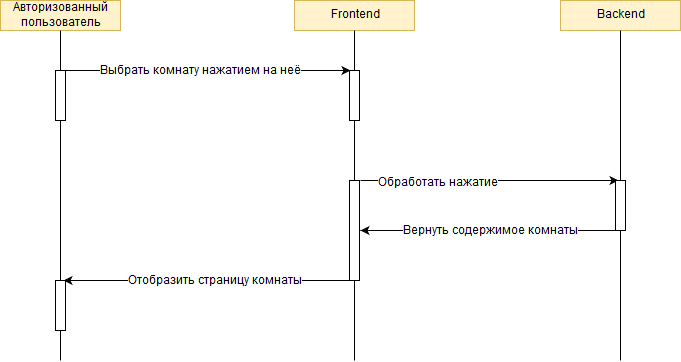
Earlier version of the draw.io export Diagram/Sequence/Selectroom.png (EvgeniiAleinikov/TRiTPO). Source tidied: cells renumbered, new cells last; positions are measured from the earlier drawing's top-left corner, leaving out a move shared by most shapes. Source of this version:
```xml
<mxGraphModel background="#ffffff">
  <root>
    <mxCell id="0" />
    <mxCell id="1" parent="0" />
    <mxCell id="2" value="Авторизованный&lt;br&gt;пользователь" style="rounded=0;whiteSpace=wrap;html=1;fillColor=#fff2cc;strokeColor=#d6b656;" parent="1" vertex="1">
      <mxGeometry width="120" height="30" as="geometry" />
    </mxCell>
    <mxCell id="3" value="Frontend" style="rounded=0;whiteSpace=wrap;html=1;fillColor=#fff2cc;strokeColor=#d6b656;" parent="1" vertex="1">
      <mxGeometry x="294" width="120" height="30" as="geometry" />
    </mxCell>
    <mxCell id="4" value="Backend" style="rounded=0;whiteSpace=wrap;html=1;fillColor=#fff2cc;strokeColor=#d6b656;" parent="1" vertex="1">
      <mxGeometry x="560" width="120" height="30" as="geometry" />
    </mxCell>
    <mxCell id="5" style="endArrow=none;html=1;entryX=0.5;entryY=1;" parent="1" edge="1" source="8" target="2">
      <mxGeometry relative="1" as="geometry" />
    </mxCell>
    <mxCell id="6" style="endArrow=none;html=1;entryX=0.5;entryY=1;" parent="1" edge="1" source="12">
      <mxGeometry relative="1" as="geometry">
        <mxPoint x="354" y="30" as="targetPoint" />
      </mxGeometry>
    </mxCell>
    <mxCell id="7" style="endArrow=none;html=1;entryX=0.5;entryY=1;" parent="1" edge="1" source="16">
      <mxGeometry relative="1" as="geometry">
        <mxPoint x="620" y="30" as="targetPoint" />
      </mxGeometry>
    </mxCell>
    <mxCell id="8" style="rounded=0;whiteSpace=wrap;html=1;" parent="1" vertex="1">
      <mxGeometry x="55" y="70" width="10" height="50" as="geometry" />
    </mxCell>
    <mxCell id="9" style="endArrow=none;html=1;entryX=0.5;entryY=1;" parent="1" edge="1" source="22" target="8">
      <mxGeometry relative="1" as="geometry" />
    </mxCell>
    <mxCell id="10" style="endArrow=classic;html=1;exitX=0.5;exitY=0;" parent="1" edge="1" source="8">
      <mxGeometry relative="1" as="geometry">
        <mxPoint x="350" y="70" as="targetPoint" />
      </mxGeometry>
    </mxCell>
    <mxCell id="11" value="Выбрать комнату нажатием на неё" style="text;html=1;align=center;verticalAlign=middle;labelBackgroundColor=#ffffff;direction=south;" parent="10" vertex="1">
      <mxGeometry x="-0.34" y="1" relative="1" as="geometry">
        <mxPoint x="45" y="1" as="offset" />
      </mxGeometry>
    </mxCell>
    <mxCell id="12" style="rounded=0;whiteSpace=wrap;html=1;" parent="1" vertex="1">
      <mxGeometry x="349" y="70" width="10" height="50" as="geometry" />
    </mxCell>
    <mxCell id="13" style="endArrow=none;html=1;entryX=0.5;entryY=1;" parent="1" edge="1" source="20" target="12">
      <mxGeometry relative="1" as="geometry" />
    </mxCell>
    <mxCell id="14" style="endArrow=classic;html=1;entryX=0.25;entryY=0;" parent="1" edge="1" target="16">
      <mxGeometry relative="1" as="geometry">
        <mxPoint x="360" y="180" as="sourcePoint" />
      </mxGeometry>
    </mxCell>
    <mxCell id="15" value="Обработать нажатие" style="text;html=1;align=center;verticalAlign=middle;labelBackgroundColor=#ffffff;" parent="14" vertex="1">
      <mxGeometry x="-0.4" y="-2" relative="1" as="geometry" />
    </mxCell>
    <mxCell id="16" style="rounded=0;whiteSpace=wrap;html=1;" parent="1" vertex="1">
      <mxGeometry x="615" y="180" width="10" height="50" as="geometry" />
    </mxCell>
    <mxCell id="17" style="endArrow=none;html=1;entryX=0.5;entryY=1;" parent="1" edge="1" target="16">
      <mxGeometry relative="1" as="geometry">
        <mxPoint x="620" y="360" as="sourcePoint" />
      </mxGeometry>
    </mxCell>
    <mxCell id="18" style="endArrow=classic;html=1;exitX=0.5;exitY=1;" parent="1" edge="1" source="16">
      <mxGeometry relative="1" as="geometry">
        <mxPoint x="360" y="230" as="targetPoint" />
      </mxGeometry>
    </mxCell>
    <mxCell id="19" value="Вернуть содержимое комнаты" style="text;html=1;align=center;verticalAlign=middle;labelBackgroundColor=#ffffff;" parent="18" vertex="1">
      <mxGeometry x="-0.16" y="2" relative="1" as="geometry">
        <mxPoint x="-21" y="-2" as="offset" />
      </mxGeometry>
    </mxCell>
    <mxCell id="20" style="rounded=0;whiteSpace=wrap;html=1;" parent="1" vertex="1">
      <mxGeometry x="349" y="180" width="10" height="100" as="geometry" />
    </mxCell>
    <mxCell id="21" style="endArrow=none;html=1;entryX=0.5;entryY=1;" parent="1" edge="1" target="20">
      <mxGeometry relative="1" as="geometry">
        <mxPoint x="354" y="360" as="sourcePoint" />
      </mxGeometry>
    </mxCell>
    <mxCell id="22" style="rounded=0;whiteSpace=wrap;html=1;" parent="1" vertex="1">
      <mxGeometry x="55" y="280" width="10" height="50" as="geometry" />
    </mxCell>
    <mxCell id="23" style="endArrow=none;html=1;entryX=0.5;entryY=1;" parent="1" edge="1" target="22">
      <mxGeometry relative="1" as="geometry">
        <mxPoint x="60" y="360" as="sourcePoint" />
      </mxGeometry>
    </mxCell>
    <mxCell id="24" style="endArrow=classic;html=1;exitX=0.5;exitY=1;entryX=0.75;entryY=0;" parent="1" edge="1" target="22">
      <mxGeometry relative="1" as="geometry">
        <mxPoint x="359" y="280" as="sourcePoint" />
      </mxGeometry>
    </mxCell>
    <mxCell id="25" value="Отобразить страницу комнаты" style="text;html=1;align=center;verticalAlign=middle;labelBackgroundColor=#ffffff;" parent="24" vertex="1">
      <mxGeometry x="-0.16" y="2" relative="1" as="geometry">
        <mxPoint x="-21" y="-2" as="offset" />
      </mxGeometry>
    </mxCell>
  </root>
</mxGraphModel>
```
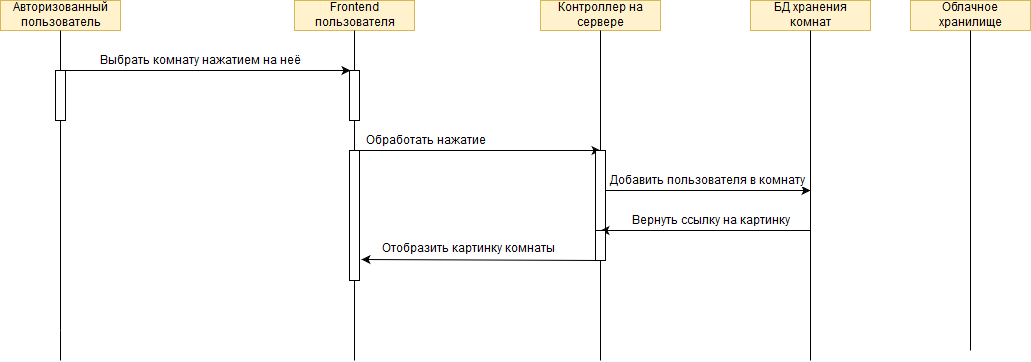
After the commit.

Change to the diagram source:
```diff
@@ -5,11 +5,11 @@
     <mxCell id="2" value="Авторизованный&lt;br&gt;пользователь" style="rounded=0;whiteSpace=wrap;html=1;fillColor=#fff2cc;strokeColor=#d6b656;" parent="1" vertex="1">
       <mxGeometry width="120" height="30" as="geometry" />
     </mxCell>
-    <mxCell id="3" value="Frontend" style="rounded=0;whiteSpace=wrap;html=1;fillColor=#fff2cc;strokeColor=#d6b656;" parent="1" vertex="1">
+    <mxCell id="3" value="Frontend&lt;br&gt;пользователя" style="rounded=0;whiteSpace=wrap;html=1;fillColor=#fff2cc;strokeColor=#d6b656;" parent="1" vertex="1">
       <mxGeometry x="294" width="120" height="30" as="geometry" />
     </mxCell>
-    <mxCell id="4" value="Backend" style="rounded=0;whiteSpace=wrap;html=1;fillColor=#fff2cc;strokeColor=#d6b656;" parent="1" vertex="1">
-      <mxGeometry x="560" width="120" height="30" as="geometry" />
+    <mxCell id="4" value="Контроллер на&lt;br&gt;сервере" style="rounded=0;whiteSpace=wrap;html=1;fillColor=#fff2cc;strokeColor=#d6b656;" parent="1" vertex="1">
+      <mxGeometry x="540" width="120" height="30" as="geometry" />
     </mxCell>
     <mxCell id="5" style="endArrow=none;html=1;entryX=0.5;entryY=1;" parent="1" edge="1" source="8" target="2">
       <mxGeometry relative="1" as="geometry" />
@@ -21,14 +21,16 @@
     </mxCell>
     <mxCell id="7" style="endArrow=none;html=1;entryX=0.5;entryY=1;" parent="1" edge="1" source="16">
       <mxGeometry relative="1" as="geometry">
-        <mxPoint x="620" y="30" as="targetPoint" />
+        <mxPoint x="600" y="30" as="targetPoint" />
       </mxGeometry>
     </mxCell>
     <mxCell id="8" style="rounded=0;whiteSpace=wrap;html=1;" parent="1" vertex="1">
       <mxGeometry x="55" y="70" width="10" height="50" as="geometry" />
     </mxCell>
-    <mxCell id="9" style="endArrow=none;html=1;entryX=0.5;entryY=1;" parent="1" edge="1" source="22" target="8">
-      <mxGeometry relative="1" as="geometry" />
+    <mxCell id="9" style="endArrow=none;html=1;entryX=0.5;entryY=1;" parent="1" edge="1" target="8">
+      <mxGeometry relative="1" as="geometry">
+        <mxPoint x="60" y="330" as="sourcePoint" />
+      </mxGeometry>
     </mxCell>
     <mxCell id="10" style="endArrow=classic;html=1;exitX=0.5;exitY=0;" parent="1" edge="1" source="8">
       <mxGeometry relative="1" as="geometry">
@@ -37,7 +39,7 @@
     </mxCell>
     <mxCell id="11" value="Выбрать комнату нажатием на неё" style="text;html=1;align=center;verticalAlign=middle;labelBackgroundColor=#ffffff;direction=south;" parent="10" vertex="1">
       <mxGeometry x="-0.34" y="1" relative="1" as="geometry">
-        <mxPoint x="45" y="1" as="offset" />
+        <mxPoint x="45" y="-9" as="offset" />
       </mxGeometry>
     </mxCell>
     <mxCell id="12" style="rounded=0;whiteSpace=wrap;html=1;" parent="1" vertex="1">
@@ -46,57 +48,91 @@
     <mxCell id="13" style="endArrow=none;html=1;entryX=0.5;entryY=1;" parent="1" edge="1" source="20" target="12">
       <mxGeometry relative="1" as="geometry" />
     </mxCell>
-    <mxCell id="14" style="endArrow=classic;html=1;entryX=0.25;entryY=0;" parent="1" edge="1" target="16">
+    <mxCell id="14" style="endArrow=classic;html=1;entryX=0.25;entryY=0;exitX=0.25;exitY=0;" parent="1" edge="1" source="20">
       <mxGeometry relative="1" as="geometry">
-        <mxPoint x="360" y="180" as="sourcePoint" />
+        <mxPoint x="600" y="150" as="targetPoint" />
       </mxGeometry>
     </mxCell>
     <mxCell id="15" value="Обработать нажатие" style="text;html=1;align=center;verticalAlign=middle;labelBackgroundColor=#ffffff;" parent="14" vertex="1">
-      <mxGeometry x="-0.4" y="-2" relative="1" as="geometry" />
+      <mxGeometry x="-0.4" y="-2" relative="1" as="geometry">
+        <mxPoint x="-1" y="-12" as="offset" />
+      </mxGeometry>
     </mxCell>
     <mxCell id="16" style="rounded=0;whiteSpace=wrap;html=1;" parent="1" vertex="1">
-      <mxGeometry x="615" y="180" width="10" height="50" as="geometry" />
+      <mxGeometry x="595" y="150" width="10" height="80" as="geometry" />
     </mxCell>
-    <mxCell id="17" style="endArrow=none;html=1;entryX=0.5;entryY=1;" parent="1" edge="1" target="16">
-      <mxGeometry relative="1" as="geometry">
-        <mxPoint x="620" y="360" as="sourcePoint" />
-      </mxGeometry>
+    <mxCell id="17" style="endArrow=none;html=1;entryX=0.5;entryY=1;" parent="1" edge="1" source="34" target="16">
+      <mxGeometry relative="1" as="geometry" />
     </mxCell>
-    <mxCell id="18" style="endArrow=classic;html=1;exitX=0.5;exitY=1;" parent="1" edge="1" source="16">
-      <mxGeometry relative="1" as="geometry">
-        <mxPoint x="360" y="230" as="targetPoint" />
-      </mxGeometry>
-    </mxCell>
-    <mxCell id="19" value="Вернуть содержимое комнаты" style="text;html=1;align=center;verticalAlign=middle;labelBackgroundColor=#ffffff;" parent="18" vertex="1">
-      <mxGeometry x="-0.16" y="2" relative="1" as="geometry">
-        <mxPoint x="-21" y="-2" as="offset" />
-      </mxGeometry>
-    </mxCell>
     <mxCell id="20" style="rounded=0;whiteSpace=wrap;html=1;" parent="1" vertex="1">
-      <mxGeometry x="349" y="180" width="10" height="100" as="geometry" />
+      <mxGeometry x="349" y="150" width="10" height="130" as="geometry" />
     </mxCell>
     <mxCell id="21" style="endArrow=none;html=1;entryX=0.5;entryY=1;" parent="1" edge="1" target="20">
       <mxGeometry relative="1" as="geometry">
         <mxPoint x="354" y="360" as="sourcePoint" />
       </mxGeometry>
     </mxCell>
-    <mxCell id="22" style="rounded=0;whiteSpace=wrap;html=1;" parent="1" vertex="1">
-      <mxGeometry x="55" y="280" width="10" height="50" as="geometry" />
-    </mxCell>
-    <mxCell id="23" style="endArrow=none;html=1;entryX=0.5;entryY=1;" parent="1" edge="1" target="22">
+    <mxCell id="23" style="endArrow=none;html=1;entryX=0.5;entryY=1;" parent="1" edge="1">
       <mxGeometry relative="1" as="geometry">
         <mxPoint x="60" y="360" as="sourcePoint" />
+        <mxPoint x="60" y="330" as="targetPoint" />
       </mxGeometry>
     </mxCell>
-    <mxCell id="24" style="endArrow=classic;html=1;exitX=0.5;exitY=1;entryX=0.75;entryY=0;" parent="1" edge="1" target="22">
-      <mxGeometry relative="1" as="geometry">
-        <mxPoint x="359" y="280" as="sourcePoint" />
-      </mxGeometry>
-    </mxCell>
-    <mxCell id="25" value="Отобразить страницу комнаты" style="text;html=1;align=center;verticalAlign=middle;labelBackgroundColor=#ffffff;" parent="24" vertex="1">
-      <mxGeometry x="-0.16" y="2" relative="1" as="geometry">
-        <mxPoint x="-21" y="-2" as="offset" />
-      </mxGeometry>
-    </mxCell>
+    <mxCell id="26" value="БД хранения комнат" style="rounded=0;whiteSpace=wrap;html=1;fillColor=#fff2cc;strokeColor=#d6b656;" parent="1" vertex="1">
+      <mxGeometry x="750" width="120" height="30" as="geometry" />
+    </mxCell>
+    <mxCell id="27" style="endArrow=none;html=1;entryX=0.5;entryY=1;" parent="1" edge="1">
+      <mxGeometry relative="1" as="geometry">
+        <mxPoint x="810" y="360" as="sourcePoint" />
+        <mxPoint x="810" y="30" as="targetPoint" />
+      </mxGeometry>
+    </mxCell>
+    <mxCell id="28" value="Облачное хранилище" style="rounded=0;whiteSpace=wrap;html=1;fillColor=#fff2cc;strokeColor=#d6b656;" parent="1" vertex="1">
+      <mxGeometry x="910" width="120" height="30" as="geometry" />
+    </mxCell>
+    <mxCell id="29" style="endArrow=none;html=1;entryX=0.5;entryY=1;" parent="1" edge="1">
+      <mxGeometry relative="1" as="geometry">
+        <mxPoint x="970" y="350" as="sourcePoint" />
+        <mxPoint x="970" y="30" as="targetPoint" />
+      </mxGeometry>
+    </mxCell>
+    <mxCell id="30" style="endArrow=classic;html=1;exitX=1;exitY=0.5;" parent="1" edge="1" source="16">
+      <mxGeometry relative="1" as="geometry">
+        <mxPoint x="810" y="190" as="targetPoint" />
+      </mxGeometry>
+    </mxCell>
+    <mxCell id="31" value="Добавить пользователя в комнату" style="text;html=1;align=center;verticalAlign=middle;labelBackgroundColor=#ffffff;" parent="30" vertex="1">
+      <mxGeometry x="-0.16" y="2" relative="1" as="geometry">
+        <mxPoint x="16" y="-8" as="offset" />
+      </mxGeometry>
+    </mxCell>
+    <mxCell id="32" style="endArrow=classic;html=1;entryX=0.5;entryY=1;" parent="1" edge="1" target="16">
+      <mxGeometry relative="1" as="geometry">
+        <mxPoint x="810" y="230" as="sourcePoint" />
+      </mxGeometry>
+    </mxCell>
+    <mxCell id="33" value="Вернуть ссылку на картинку" style="text;html=1;align=center;verticalAlign=middle;labelBackgroundColor=#ffffff;" parent="32" vertex="1">
+      <mxGeometry x="-0.16" y="2" relative="1" as="geometry">
+        <mxPoint x="-12" y="-12" as="offset" />
+      </mxGeometry>
+    </mxCell>
+    <mxCell id="34" style="rounded=0;whiteSpace=wrap;html=1;" parent="1" vertex="1">
+      <mxGeometry x="595" y="230" width="10" height="30" as="geometry" />
+    </mxCell>
+    <mxCell id="35" style="endArrow=none;html=1;entryX=0.5;entryY=1;" parent="1" edge="1" target="34">
+      <mxGeometry relative="1" as="geometry">
+        <mxPoint x="600" y="360" as="sourcePoint" />
+      </mxGeometry>
+    </mxCell>
+    <mxCell id="36" style="endArrow=classic;html=1;entryX=1.2;entryY=0.838;entryPerimeter=0;" parent="1" edge="1" target="20">
+      <mxGeometry relative="1" as="geometry">
+        <mxPoint x="600" y="260" as="sourcePoint" />
+      </mxGeometry>
+    </mxCell>
+    <mxCell id="37" value="Отобразить картинку комнаты" style="text;html=1;align=center;verticalAlign=middle;labelBackgroundColor=#ffffff;" parent="1" vertex="1">
+      <mxGeometry x="480" y="260" as="geometry">
+        <mxPoint x="-12" y="-12" as="offset" />
+      </mxGeometry>
+    </mxCell>
   </root>
 </mxGraphModel>
```
